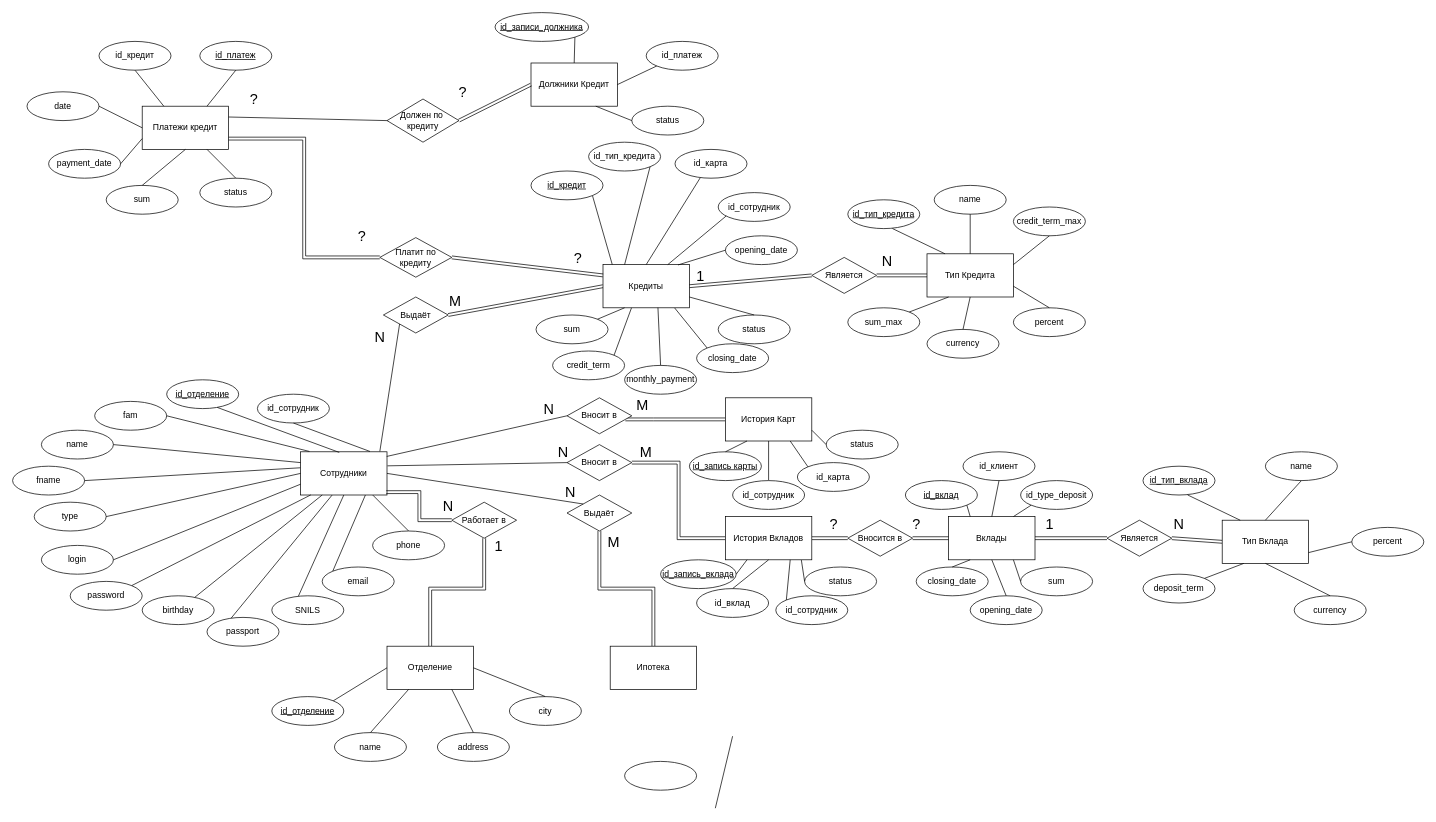
The draw.io diagram Концептуальная схема базы данных.drawio in tssergeev/lflflflf, before the edit. Source tidied: cells renumbered, new cells numbered last; positions are measured from the earlier drawing's top-left corner, leaving out a move shared by most shapes. Both pictures are drawn from the tidied source at 72%, with x=0, y=0 at pixel (12, 12).
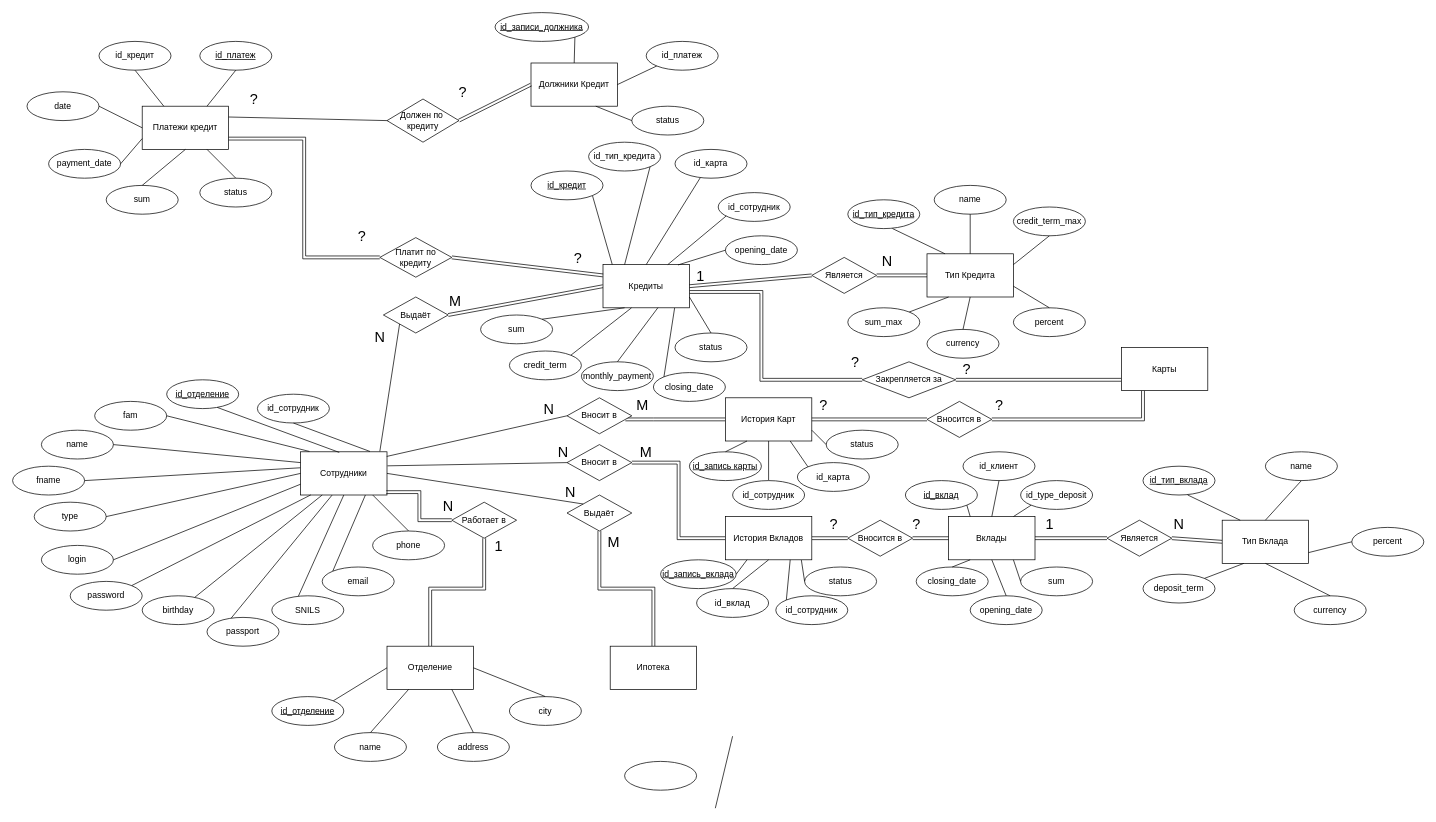
After the change.

The change refers to these unchanged cells:
```xml
<mxCell id="48" value="Кредиты" style="rounded=0;whiteSpace=wrap;html=1;" parent="1" vertex="1">
  <mxGeometry x="820" y="350" width="120" height="60" as="geometry" />
</mxCell>
<mxCell id="126" value="История Карт" style="rounded=0;whiteSpace=wrap;html=1;" parent="1" vertex="1">
  <mxGeometry x="990" y="535" width="120" height="60" as="geometry" />
</mxCell>
```

The edit, as a diff of the source:
```diff
@@
     <mxCell id="51" value="sum" style="ellipse;whiteSpace=wrap;html=1;" parent="1" vertex="1">
-      <mxGeometry x="727" y="420" width="100" height="40" as="geometry" />
+      <mxGeometry x="650" y="420" width="100" height="40" as="geometry" />
     </mxCell>
     <mxCell id="52" value="credit_term" style="ellipse;whiteSpace=wrap;html=1;" parent="1" vertex="1">
-      <mxGeometry x="750" y="470" width="100" height="40" as="geometry" />
+      <mxGeometry x="690" y="470" width="100" height="40" as="geometry" />
     </mxCell>
     <mxCell id="53" value="monthly_payment" style="ellipse;whiteSpace=wrap;html=1;" parent="1" vertex="1">
-      <mxGeometry x="850" y="490" width="100" height="40" as="geometry" />
+      <mxGeometry x="790" y="485" width="100" height="40" as="geometry" />
     </mxCell>
     <mxCell id="54" value="closing_date" style="ellipse;whiteSpace=wrap;html=1;" parent="1" vertex="1">
-      <mxGeometry x="950" y="460" width="100" height="40" as="geometry" />
+      <mxGeometry x="890" y="500" width="100" height="40" as="geometry" />
     </mxCell>
     <mxCell id="55" value="status" style="ellipse;whiteSpace=wrap;html=1;" parent="1" vertex="1">
-      <mxGeometry x="980" y="420" width="100" height="40" as="geometry" />
+      <mxGeometry x="920" y="445" width="100" height="40" as="geometry" />
     </mxCell>
@@
+    <mxCell id="187" style="edgeStyle=orthogonalEdgeStyle;rounded=0;jettySize=auto;html=1;exitX=0;exitY=0.5;exitDx=0;exitDy=0;entryX=1;entryY=0.5;entryDx=0;entryDy=0;shape=link;" parent="1" edge="1" source="189" target="126">
+      <mxGeometry relative="1" as="geometry" />
+    </mxCell>
+    <mxCell id="188" style="edgeStyle=orthogonalEdgeStyle;rounded=0;jettySize=auto;html=1;exitX=1;exitY=0.5;exitDx=0;exitDy=0;entryX=0.25;entryY=1;entryDx=0;entryDy=0;shape=link;" parent="1" edge="1" source="189" target="193">
+      <mxGeometry relative="1" as="geometry" />
+    </mxCell>
+    <mxCell id="189" value="Вносится в" style="rhombus;whiteSpace=wrap;html=1;" parent="1" vertex="1">
+      <mxGeometry x="1270" y="540" width="90" height="50" as="geometry" />
+    </mxCell>
+    <mxCell id="190" style="edgeStyle=orthogonalEdgeStyle;rounded=0;jettySize=auto;html=1;entryX=0;entryY=0.75;entryDx=0;entryDy=0;shape=link;" parent="1" edge="1" source="191" target="193">
+      <mxGeometry relative="1" as="geometry" />
+    </mxCell>
+    <mxCell id="191" value="Закрепляется за" style="rhombus;whiteSpace=wrap;html=1;" parent="1" vertex="1">
+      <mxGeometry x="1180" y="485" width="130" height="50" as="geometry" />
+    </mxCell>
+    <mxCell id="192" style="edgeStyle=orthogonalEdgeStyle;rounded=0;jettySize=auto;html=1;exitX=0;exitY=0.5;exitDx=0;exitDy=0;entryX=1.003;entryY=0.634;entryDx=0;entryDy=0;entryPerimeter=0;shape=link;" parent="1" edge="1" source="191" target="48">
+      <mxGeometry relative="1" as="geometry">
+        <Array as="points">
+          <mxPoint x="1040" y="510" />
+          <mxPoint x="1040" y="388" />
+        </Array>
+      </mxGeometry>
+    </mxCell>
+    <mxCell id="193" value="Карты" style="rounded=0;whiteSpace=wrap;html=1;" parent="1" vertex="1">
+      <mxGeometry x="1540" y="465" width="120" height="60" as="geometry" />
+    </mxCell>
+    <mxCell id="194" value="&lt;font style=&quot;font-size: 20px;&quot;&gt;?&lt;/font&gt;" style="text;html=1;align=center;verticalAlign=middle;strokeColor=none;fillColor=none;" parent="1" vertex="1">
+      <mxGeometry x="1111" y="525" width="30" height="40" as="geometry" />
+    </mxCell>
+    <mxCell id="195" value="&lt;font style=&quot;font-size: 20px;&quot;&gt;?&lt;/font&gt;" style="text;html=1;align=center;verticalAlign=middle;strokeColor=none;fillColor=none;" parent="1" vertex="1">
+      <mxGeometry x="1355" y="525" width="30" height="40" as="geometry" />
+    </mxCell>
+    <mxCell id="196" value="&lt;font style=&quot;font-size: 20px;&quot;&gt;?&lt;/font&gt;" style="text;html=1;align=center;verticalAlign=middle;strokeColor=none;fillColor=none;" parent="1" vertex="1">
+      <mxGeometry x="1155" y="465" width="30" height="40" as="geometry" />
+    </mxCell>
+    <mxCell id="197" value="&lt;font style=&quot;font-size: 20px;&quot;&gt;?&lt;/font&gt;" style="text;html=1;align=center;verticalAlign=middle;strokeColor=none;fillColor=none;" parent="1" vertex="1">
+      <mxGeometry x="1310" y="475" width="30" height="40" as="geometry" />
+    </mxCell>
```
